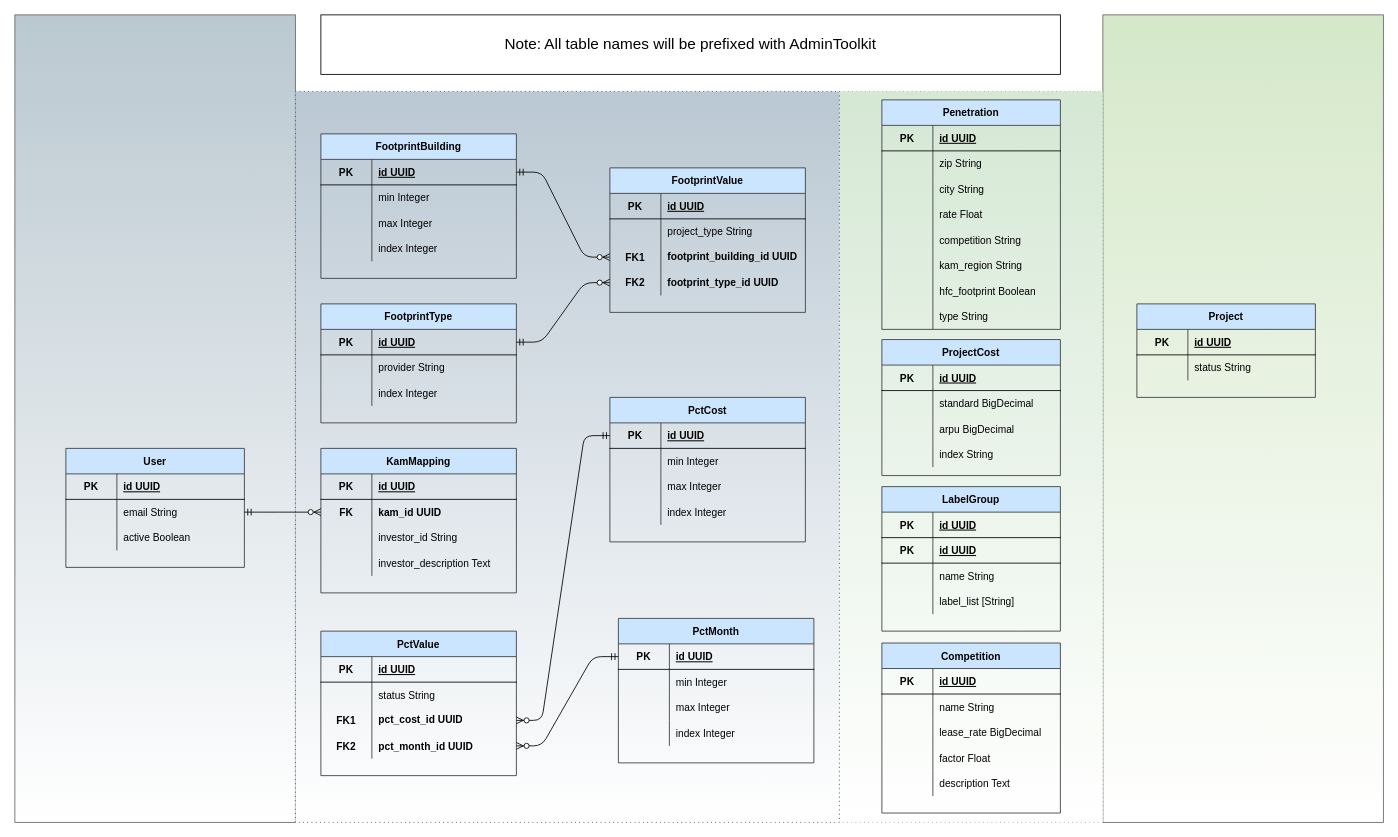
This is page "Admin Toolkit" (2 of 2) of class_diagrams/new-build.drawio from Jigyel1/new_build, a draw.io file, before an edit. Source tidied: cells renumbered, new cells numbered last; positions are measured from the earlier drawing's top-left corner, leaving out a move shared by most shapes. Both pictures are drawn from the tidied source at 85%, with x=0, y=0 at pixel (14, 14).
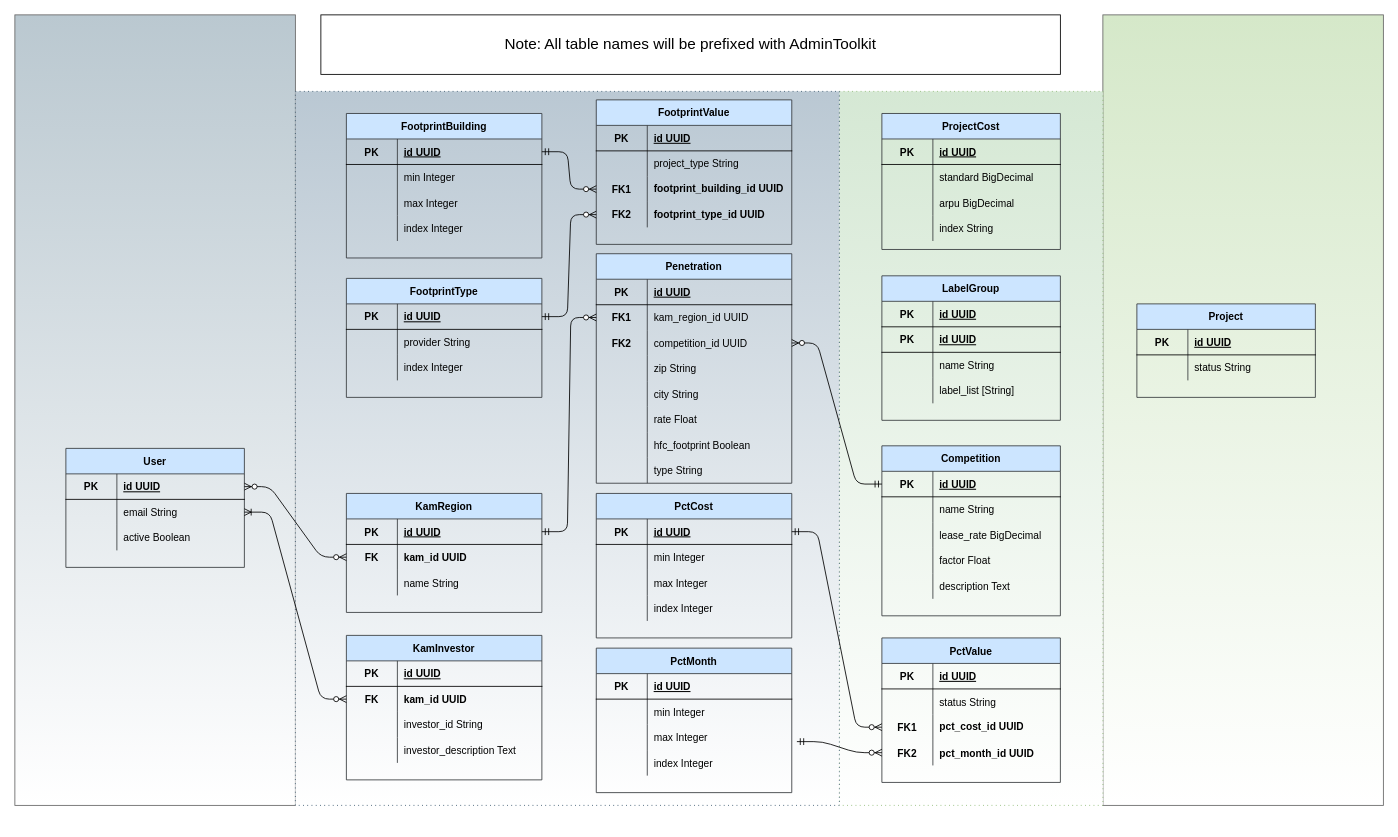
Above is the later version.

The change refers to these unchanged cells:
```xml
<mxCell id="57" style="shape=partialRectangle;fillColor=none;top=0;left=0;bottom=1;right=0;points=[[0,0.5],[1,0.5]];portConstraint=eastwest;" parent="56" vertex="1">
  <mxGeometry y="30" width="230" height="30" as="geometry" />
</mxCell>
<mxCell id="70" style="shape=partialRectangle;fillColor=none;top=0;left=0;bottom=1;right=0;points=[[0,0.5],[1,0.5]];portConstraint=eastwest;" parent="69" vertex="1">
  <mxGeometry y="30" width="230" height="30" as="geometry" />
</mxCell>
<mxCell id="99" style="shape=partialRectangle;fillColor=none;top=0;left=0;bottom=0;right=0;points=[[0,0.5],[1,0.5]];portConstraint=eastwest;" parent="95" vertex="1">
  <mxGeometry y="60" width="230" height="30" as="geometry" />
</mxCell>
<mxCell id="147" style="shape=partialRectangle;fillColor=none;top=0;left=0;bottom=1;right=0;points=[[0,0.5],[1,0.5]];portConstraint=eastwest;" parent="146" vertex="1">
  <mxGeometry y="30" width="210" height="30" as="geometry" />
</mxCell>
<mxCell id="163" style="shape=partialRectangle;fillColor=none;top=0;left=0;bottom=1;right=0;points=[[0,0.5],[1,0.5]];portConstraint=eastwest;" parent="162" vertex="1">
  <mxGeometry y="30" width="210" height="30" as="geometry" />
</mxCell>
<mxCell id="166" style="shape=partialRectangle;fillColor=none;top=0;left=0;bottom=0;right=0;points=[[0,0.5],[1,0.5]];portConstraint=eastwest;" parent="162" vertex="1">
  <mxGeometry y="60" width="210" height="30" as="geometry" />
</mxCell>
```

The edit, as a diff of the source:
```diff
@@
     <mxCell id="2" style="rounded=0;whiteSpace=wrap;html=1;strokeColor=#666666;fontColor=#333333;fillColor=#D5E8C9;gradientColor=#ffffff;" parent="1" vertex="1">
-      <mxGeometry x="1280" width="330" height="950" as="geometry" />
+      <mxGeometry x="1280" width="330" height="930" as="geometry" />
     </mxCell>
     <mxCell id="3" style="rounded=0;whiteSpace=wrap;html=1;strokeColor=#82b366;fillColor=#d5e8d4;gradientColor=#ffffff;dashed=1;dashPattern=1 4;" parent="1" vertex="1">
-      <mxGeometry x="970" y="90" width="310" height="860" as="geometry" />
+      <mxGeometry x="970" y="90" width="310" height="840" as="geometry" />
     </mxCell>
     <mxCell id="4" style="rounded=0;whiteSpace=wrap;html=1;strokeColor=#666666;fontColor=#333333;fillColor=#BAC8D0;gradientColor=#ffffff;" parent="1" vertex="1">
-      <mxGeometry width="330" height="950" as="geometry" />
+      <mxGeometry width="330" height="930" as="geometry" />
     </mxCell>
     <mxCell id="5" style="rounded=0;whiteSpace=wrap;html=1;strokeColor=#23445d;fillColor=#bac8d3;gradientColor=#ffffff;dashed=1;dashPattern=1 4;" parent="1" vertex="1">
-      <mxGeometry x="330" y="90" width="640" height="860" as="geometry" />
+      <mxGeometry x="330" y="90" width="640" height="840" as="geometry" />
     </mxCell>
     <mxCell id="6" value="ProjectCost" style="shape=table;startSize=30;childLayout=tableLayout;rowLines=0;fontStyle=1;align=center;fillColor=#cce5ff;strokeColor=#36393d;" parent="1" vertex="1">
-      <mxGeometry x="1020" y="382" width="210" height="160" as="geometry" />
+      <mxGeometry x="1020" y="116" width="210" height="160" as="geometry" />
     </mxCell>
@@
     <mxCell id="19" value="FootprintBuilding" style="shape=table;startSize=30;childLayout=tableLayout;rowLines=0;fontStyle=1;align=center;fillColor=#cce5ff;strokeColor=#36393d;" parent="1" vertex="1">
-      <mxGeometry x="360" y="140" width="230" height="170" as="geometry" />
+      <mxGeometry x="390" y="116" width="230" height="170" as="geometry" />
     </mxCell>
@@
     <mxCell id="32" value="FootprintType" style="shape=table;startSize=30;childLayout=tableLayout;rowLines=0;fontStyle=1;align=center;fillColor=#cce5ff;strokeColor=#36393d;" parent="1" vertex="1">
-      <mxGeometry x="360" y="340" width="230" height="140" as="geometry" />
+      <mxGeometry x="390" y="310" width="230" height="140" as="geometry" />
     </mxCell>
@@
     <mxCell id="43" value="FootprintValue" style="shape=table;startSize=30;childLayout=tableLayout;rowLines=0;fontStyle=1;align=center;fillColor=#cce5ff;strokeColor=#36393d;" parent="1" vertex="1">
-      <mxGeometry x="700" y="180" width="230" height="170" as="geometry" />
+      <mxGeometry x="684" y="100" width="230" height="170" as="geometry" />
     </mxCell>
@@
     <mxCell id="56" value="PctCost" style="shape=table;startSize=30;childLayout=tableLayout;rowLines=0;fontStyle=1;align=center;fillColor=#cce5ff;strokeColor=#36393d;" parent="1" vertex="1">
-      <mxGeometry x="700" y="450" width="230" height="170" as="geometry" />
+      <mxGeometry x="684" y="563" width="230" height="170" as="geometry" />
     </mxCell>
@@
     <mxCell id="69" value="PctMonth" style="shape=table;startSize=30;childLayout=tableLayout;rowLines=0;fontStyle=1;align=center;fillColor=#cce5ff;strokeColor=#36393d;" parent="1" vertex="1">
-      <mxGeometry x="710" y="710" width="230" height="170" as="geometry" />
+      <mxGeometry x="684" y="745" width="230" height="170" as="geometry" />
     </mxCell>
@@
     <mxCell id="82" value="PctValue" style="shape=table;startSize=30;childLayout=tableLayout;rowLines=0;fontStyle=1;align=center;fillColor=#cce5ff;strokeColor=#36393d;" parent="1" vertex="1">
-      <mxGeometry x="360" y="725" width="230" height="170" as="geometry" />
+      <mxGeometry x="1020" y="733" width="210" height="170" as="geometry" />
     </mxCell>
     <mxCell id="83" style="shape=partialRectangle;fillColor=none;top=0;left=0;bottom=1;right=0;" parent="82" vertex="1">
-      <mxGeometry y="30" width="230" height="30" as="geometry" />
+      <mxGeometry y="30" width="210" height="30" as="geometry" />
     </mxCell>
@@
     <mxCell id="85" value="id UUID" style="shape=partialRectangle;fillColor=none;top=0;left=0;bottom=0;right=0;align=left;spacingLeft=6;fontStyle=5;overflow=hidden;" parent="83" vertex="1">
-      <mxGeometry x="60" width="170" height="30" as="geometry" />
+      <mxGeometry x="60" width="150" height="30" as="geometry" />
     </mxCell>
     <mxCell id="86" style="shape=partialRectangle;fillColor=none;top=0;left=0;bottom=0;right=0;" parent="82" vertex="1">
-      <mxGeometry y="60" width="230" height="30" as="geometry" />
+      <mxGeometry y="60" width="210" height="30" as="geometry" />
     </mxCell>
@@
     <mxCell id="88" value="status String" style="shape=partialRectangle;fillColor=none;top=0;left=0;bottom=0;right=0;align=left;spacingLeft=6;overflow=hidden;" parent="86" vertex="1">
-      <mxGeometry x="60" width="170" height="30" as="geometry" />
+      <mxGeometry x="60" width="150" height="30" as="geometry" />
     </mxCell>
     <mxCell id="89" style="shape=partialRectangle;fillColor=none;top=0;left=0;bottom=0;right=0;points=[[0,0.5],[1,0.5]];portConstraint=eastwest;" parent="82" vertex="1">
-      <mxGeometry y="90" width="230" height="30" as="geometry" />
+      <mxGeometry y="90" width="210" height="30" as="geometry" />
     </mxCell>
@@
     <mxCell id="91" value="pct_cost_id UUID" style="shape=partialRectangle;fillColor=none;top=0;left=0;bottom=0;right=0;align=left;spacingLeft=6;overflow=hidden;whiteSpace=wrap;fontStyle=1;" parent="89" vertex="1">
-      <mxGeometry x="60" width="170" height="30" as="geometry" />
+      <mxGeometry x="60" width="150" height="30" as="geometry" />
     </mxCell>
     <mxCell id="92" style="shape=partialRectangle;fillColor=none;top=0;left=0;bottom=0;right=0;points=[[0,0.5],[1,0.5]];portConstraint=eastwest;" parent="82" vertex="1">
-      <mxGeometry y="120" width="230" height="30" as="geometry" />
+      <mxGeometry y="120" width="210" height="30" as="geometry" />
     </mxCell>
@@
     <mxCell id="94" value="pct_month_id UUID" style="shape=partialRectangle;fillColor=none;top=0;left=0;bottom=0;right=0;align=left;spacingLeft=6;overflow=hidden;fontStyle=1;" parent="92" vertex="1">
-      <mxGeometry x="60" width="170" height="30" as="geometry" />
+      <mxGeometry x="60" width="150" height="30" as="geometry" />
     </mxCell>
-    <mxCell id="95" value="KamMapping" style="shape=table;startSize=30;childLayout=tableLayout;rowLines=0;fontStyle=1;align=center;fillColor=#cce5ff;strokeColor=#36393d;" parent="1" vertex="1">
-      <mxGeometry x="360" y="510" width="230" height="170" as="geometry" />
+    <mxCell id="95" value="KamInvestor" style="shape=table;startSize=30;childLayout=tableLayout;rowLines=0;fontStyle=1;align=center;fillColor=#cce5ff;strokeColor=#36393d;" parent="1" vertex="1">
+      <mxGeometry x="390" y="730" width="230" height="170" as="geometry" />
     </mxCell>
@@
     <mxCell id="108" value="LabelGroup" style="shape=table;startSize=30;childLayout=tableLayout;rowLines=0;fontStyle=1;align=center;fillColor=#cce5ff;strokeColor=#36393d;" parent="1" vertex="1">
-      <mxGeometry x="1020" y="555" width="210" height="170" as="geometry" />
+      <mxGeometry x="1020" y="307" width="210" height="170" as="geometry" />
     </mxCell>
@@
     <mxCell id="121" value="Penetration" style="shape=table;startSize=30;childLayout=tableLayout;rowLines=0;fontStyle=1;align=center;fillColor=#cce5ff;strokeColor=#36393d;" parent="1" vertex="1">
-      <mxGeometry x="1020" y="100" width="210" height="270" as="geometry" />
+      <mxGeometry x="684" y="281" width="230" height="270" as="geometry" />
     </mxCell>
     <mxCell id="122" style="shape=partialRectangle;fillColor=none;top=0;left=0;bottom=1;right=0;" parent="121" vertex="1">
-      <mxGeometry y="30" width="210" height="30" as="geometry" />
+      <mxGeometry y="30" width="230" height="30" as="geometry" />
     </mxCell>
@@
     <mxCell id="124" value="id UUID" style="shape=partialRectangle;fillColor=none;top=0;left=0;bottom=0;right=0;align=left;spacingLeft=6;fontStyle=5;overflow=hidden;" parent="122" vertex="1">
-      <mxGeometry x="60" width="150" height="30" as="geometry" />
+      <mxGeometry x="60" width="170" height="30" as="geometry" />
     </mxCell>
     <mxCell id="125" style="shape=partialRectangle;fillColor=none;top=0;left=0;bottom=0;right=0;points=[[0,0.5],[1,0.5]];portConstraint=eastwest;" parent="121" vertex="1">
-      <mxGeometry y="60" width="210" height="30" as="geometry" />
+      <mxGeometry y="60" width="230" height="30" as="geometry" />
     </mxCell>
-    <mxCell id="126" style="shape=partialRectangle;fillColor=none;top=0;left=0;bottom=0;right=0;overflow=hidden;" parent="125" vertex="1">
+    <mxCell id="126" value="FK1" style="shape=partialRectangle;fillColor=none;top=0;left=0;bottom=0;right=0;overflow=hidden;fontStyle=1;" parent="125" vertex="1">
       <mxGeometry width="60" height="30" as="geometry" />
     </mxCell>
-    <mxCell id="127" value="zip String" style="shape=partialRectangle;fillColor=none;top=0;left=0;bottom=0;right=0;align=left;spacingLeft=6;overflow=hidden;" parent="125" vertex="1">
-      <mxGeometry x="60" width="150" height="30" as="geometry" />
+    <mxCell id="127" value="kam_region_id UUID" style="shape=partialRectangle;fillColor=none;top=0;left=0;bottom=0;right=0;align=left;spacingLeft=6;overflow=hidden;" parent="125" vertex="1">
+      <mxGeometry x="60" width="170" height="30" as="geometry" />
     </mxCell>
     <mxCell id="128" style="shape=partialRectangle;fillColor=none;top=0;left=0;bottom=0;right=0;points=[[0,0.5],[1,0.5]];portConstraint=eastwest;" parent="121" vertex="1">
-      <mxGeometry y="90" width="210" height="30" as="geometry" />
+      <mxGeometry y="90" width="230" height="30" as="geometry" />
     </mxCell>
-    <mxCell id="129" style="shape=partialRectangle;fillColor=none;top=0;left=0;bottom=0;right=0;overflow=hidden;" parent="128" vertex="1">
+    <mxCell id="129" value="FK2" style="shape=partialRectangle;fillColor=none;top=0;left=0;bottom=0;right=0;overflow=hidden;fontStyle=1;" parent="128" vertex="1">
       <mxGeometry width="60" height="30" as="geometry" />
     </mxCell>
-    <mxCell id="130" value="city String" style="shape=partialRectangle;fillColor=none;top=0;left=0;bottom=0;right=0;align=left;spacingLeft=6;overflow=hidden;" parent="128" vertex="1">
-      <mxGeometry x="60" width="150" height="30" as="geometry" />
+    <mxCell id="130" value="competition_id UUID" style="shape=partialRectangle;fillColor=none;top=0;left=0;bottom=0;right=0;align=left;spacingLeft=6;overflow=hidden;" parent="128" vertex="1">
+      <mxGeometry x="60" width="170" height="30" as="geometry" />
     </mxCell>
     <mxCell id="131" style="shape=partialRectangle;fillColor=none;top=0;left=0;bottom=0;right=0;" parent="121" vertex="1">
-      <mxGeometry y="120" width="210" height="30" as="geometry" />
+      <mxGeometry y="120" width="230" height="30" as="geometry" />
     </mxCell>
@@
-    <mxCell id="133" value="rate Float" style="shape=partialRectangle;fillColor=none;top=0;left=0;bottom=0;right=0;align=left;spacingLeft=6;overflow=hidden;" parent="131" vertex="1">
-      <mxGeometry x="60" width="150" height="30" as="geometry" />
+    <mxCell id="133" value="zip String" style="shape=partialRectangle;fillColor=none;top=0;left=0;bottom=0;right=0;align=left;spacingLeft=6;overflow=hidden;" parent="131" vertex="1">
+      <mxGeometry x="60" width="170" height="30" as="geometry" />
     </mxCell>
     <mxCell id="134" style="shape=partialRectangle;fillColor=none;top=0;left=0;bottom=0;right=0;" parent="121" vertex="1">
-      <mxGeometry y="150" width="210" height="30" as="geometry" />
+      <mxGeometry y="150" width="230" height="30" as="geometry" />
     </mxCell>
@@
-    <mxCell id="136" value="competition String" style="shape=partialRectangle;fillColor=none;top=0;left=0;bottom=0;right=0;align=left;spacingLeft=6;overflow=hidden;" parent="134" vertex="1">
-      <mxGeometry x="60" width="150" height="30" as="geometry" />
+    <mxCell id="136" value="city String" style="shape=partialRectangle;fillColor=none;top=0;left=0;bottom=0;right=0;align=left;spacingLeft=6;overflow=hidden;" parent="134" vertex="1">
+      <mxGeometry x="60" width="170" height="30" as="geometry" />
     </mxCell>
     <mxCell id="137" style="shape=partialRectangle;fillColor=none;top=0;left=0;bottom=0;right=0;" parent="121" vertex="1">
-      <mxGeometry y="180" width="210" height="30" as="geometry" />
+      <mxGeometry y="180" width="230" height="30" as="geometry" />
     </mxCell>
@@
-    <mxCell id="139" value="kam_region String" style="shape=partialRectangle;fillColor=none;top=0;left=0;bottom=0;right=0;align=left;spacingLeft=6;overflow=hidden;" parent="137" vertex="1">
-      <mxGeometry x="60" width="150" height="30" as="geometry" />
+    <mxCell id="139" value="rate Float" style="shape=partialRectangle;fillColor=none;top=0;left=0;bottom=0;right=0;align=left;spacingLeft=6;overflow=hidden;" parent="137" vertex="1">
+      <mxGeometry x="60" width="170" height="30" as="geometry" />
     </mxCell>
     <mxCell id="140" style="shape=partialRectangle;fillColor=none;top=0;left=0;bottom=0;right=0;" parent="121" vertex="1">
-      <mxGeometry y="210" width="210" height="30" as="geometry" />
+      <mxGeometry y="210" width="230" height="30" as="geometry" />
     </mxCell>
@@
     <mxCell id="142" value="hfc_footprint Boolean" style="shape=partialRectangle;fillColor=none;top=0;left=0;bottom=0;right=0;align=left;spacingLeft=6;overflow=hidden;" parent="140" vertex="1">
-      <mxGeometry x="60" width="150" height="30" as="geometry" />
+      <mxGeometry x="60" width="170" height="30" as="geometry" />
     </mxCell>
     <mxCell id="143" style="shape=partialRectangle;fillColor=none;top=0;left=0;bottom=0;right=0;" parent="121" vertex="1">
-      <mxGeometry y="240" width="210" height="30" as="geometry" />
+      <mxGeometry y="240" width="230" height="30" as="geometry" />
     </mxCell>
@@
     <mxCell id="145" value="type String" style="shape=partialRectangle;fillColor=none;top=0;left=0;bottom=0;right=0;align=left;spacingLeft=6;overflow=hidden;" parent="143" vertex="1">
-      <mxGeometry x="60" width="150" height="30" as="geometry" />
+      <mxGeometry x="60" width="170" height="30" as="geometry" />
     </mxCell>
     <mxCell id="146" value="Competition" style="shape=table;startSize=30;childLayout=tableLayout;rowLines=0;fontStyle=1;align=center;fillColor=#cce5ff;strokeColor=#36393d;" parent="1" vertex="1">
-      <mxGeometry x="1020" y="739" width="210" height="200" as="geometry" />
+      <mxGeometry x="1020" y="507" width="210" height="200" as="geometry" />
     </mxCell>
@@
-    <mxCell id="172" style="edgeStyle=entityRelationEdgeStyle;fontSize=12;html=1;endArrow=ERzeroToMany;startArrow=ERmandOne;entryX=0;entryY=0.5;entryDx=0;entryDy=0;exitX=1;exitY=0.5;exitDx=0;exitDy=0;" parent="1" edge="1" source="166" target="99">
-      <mxGeometry relative="1" as="geometry" />
-    </mxCell>
@@
-    <mxCell id="182" style="edgeStyle=entityRelationEdgeStyle;fontSize=12;html=1;endArrow=ERzeroToMany;startArrow=ERmandOne;entryX=1;entryY=0.5;entryDx=0;entryDy=0;exitX=0;exitY=0.5;exitDx=0;exitDy=0;" parent="1" edge="1" source="57" target="89">
+    <mxCell id="182" style="edgeStyle=entityRelationEdgeStyle;fontSize=12;html=1;endArrow=ERzeroToMany;startArrow=ERmandOne;entryX=0;entryY=0.5;entryDx=0;entryDy=0;exitX=1;exitY=0.5;exitDx=0;exitDy=0;" parent="1" edge="1" source="57" target="89">
       <mxGeometry relative="1" as="geometry" />
     </mxCell>
-    <mxCell id="183" style="edgeStyle=entityRelationEdgeStyle;fontSize=12;html=1;endArrow=ERzeroToMany;startArrow=ERmandOne;exitX=0;exitY=0.5;exitDx=0;exitDy=0;" parent="1" edge="1" source="70" target="92">
-      <mxGeometry relative="1" as="geometry" />
+    <mxCell id="183" style="edgeStyle=entityRelationEdgeStyle;fontSize=12;html=1;endArrow=ERzeroToMany;startArrow=ERmandOne;" parent="1" edge="1" target="92">
+      <mxGeometry relative="1" as="geometry">
+        <mxPoint x="920" y="855" as="sourcePoint" />
+      </mxGeometry>
     </mxCell>
+    <mxCell id="184" value="KamRegion" style="shape=table;startSize=30;childLayout=tableLayout;rowLines=0;fontStyle=1;align=center;fillColor=#cce5ff;strokeColor=#36393d;" parent="1" vertex="1">
+      <mxGeometry x="390" y="563" width="230" height="140" as="geometry" />
+    </mxCell>
+    <mxCell id="185" style="shape=partialRectangle;fillColor=none;top=0;left=0;bottom=1;right=0;points=[[0,0.5],[1,0.5]];portConstraint=eastwest;" parent="184" vertex="1">
+      <mxGeometry y="30" width="230" height="30" as="geometry" />
+    </mxCell>
+    <mxCell id="186" value="PK" style="shape=partialRectangle;fillColor=none;top=0;left=0;bottom=0;right=0;fontStyle=1;overflow=hidden;" parent="185" vertex="1">
+      <mxGeometry width="60" height="30" as="geometry" />
+    </mxCell>
+    <mxCell id="187" value="id UUID" style="shape=partialRectangle;fillColor=none;top=0;left=0;bottom=0;right=0;align=left;spacingLeft=6;fontStyle=5;overflow=hidden;" parent="185" vertex="1">
+      <mxGeometry x="60" width="170" height="30" as="geometry" />
+    </mxCell>
+    <mxCell id="188" style="shape=partialRectangle;fillColor=none;top=0;left=0;bottom=0;right=0;points=[[0,0.5],[1,0.5]];portConstraint=eastwest;" parent="184" vertex="1">
+      <mxGeometry y="60" width="230" height="30" as="geometry" />
+    </mxCell>
+    <mxCell id="189" value="FK" style="shape=partialRectangle;fillColor=none;top=0;left=0;bottom=0;right=0;overflow=hidden;fontStyle=1;" parent="188" vertex="1">
+      <mxGeometry width="60" height="30" as="geometry" />
+    </mxCell>
+    <mxCell id="190" value="kam_id UUID" style="shape=partialRectangle;fillColor=none;top=0;left=0;bottom=0;right=0;align=left;spacingLeft=6;overflow=hidden;fontStyle=1;" parent="188" vertex="1">
+      <mxGeometry x="60" width="170" height="30" as="geometry" />
+    </mxCell>
+    <mxCell id="191" style="shape=partialRectangle;fillColor=none;top=0;left=0;bottom=0;right=0;" parent="184" vertex="1">
+      <mxGeometry y="90" width="230" height="30" as="geometry" />
+    </mxCell>
+    <mxCell id="192" style="shape=partialRectangle;fillColor=none;top=0;left=0;bottom=0;right=0;overflow=hidden;" parent="191" vertex="1">
+      <mxGeometry width="60" height="30" as="geometry" />
+    </mxCell>
+    <mxCell id="193" value="name String" style="shape=partialRectangle;fillColor=none;top=0;left=0;bottom=0;right=0;align=left;spacingLeft=6;overflow=hidden;" parent="191" vertex="1">
+      <mxGeometry x="60" width="170" height="30" as="geometry" />
+    </mxCell>
+    <mxCell id="194" style="edgeStyle=entityRelationEdgeStyle;fontSize=12;html=1;endArrow=ERoneToMany;startArrow=ERzeroToMany;exitX=0;exitY=0.5;exitDx=0;exitDy=0;entryX=1;entryY=0.5;entryDx=0;entryDy=0;" parent="1" edge="1" source="99" target="166">
+      <mxGeometry relative="1" as="geometry" />
+    </mxCell>
+    <mxCell id="195" style="edgeStyle=entityRelationEdgeStyle;fontSize=12;html=1;endArrow=ERzeroToMany;endFill=1;startArrow=ERzeroToMany;entryX=1;entryY=0.5;entryDx=0;entryDy=0;exitX=0;exitY=0.5;exitDx=0;exitDy=0;" parent="1" edge="1" source="188" target="163">
+      <mxGeometry relative="1" as="geometry" />
+    </mxCell>
+    <mxCell id="196" style="edgeStyle=entityRelationEdgeStyle;fontSize=12;html=1;endArrow=ERzeroToMany;startArrow=ERmandOne;entryX=0;entryY=0.5;entryDx=0;entryDy=0;exitX=1;exitY=0.5;exitDx=0;exitDy=0;" parent="1" edge="1" source="185" target="125">
+      <mxGeometry relative="1" as="geometry" />
+    </mxCell>
+    <mxCell id="197" style="edgeStyle=entityRelationEdgeStyle;fontSize=12;html=1;endArrow=ERzeroToMany;startArrow=ERmandOne;entryX=1;entryY=0.5;entryDx=0;entryDy=0;exitX=0;exitY=0.5;exitDx=0;exitDy=0;" parent="1" edge="1" source="147" target="128">
+      <mxGeometry relative="1" as="geometry" />
+    </mxCell>
```
